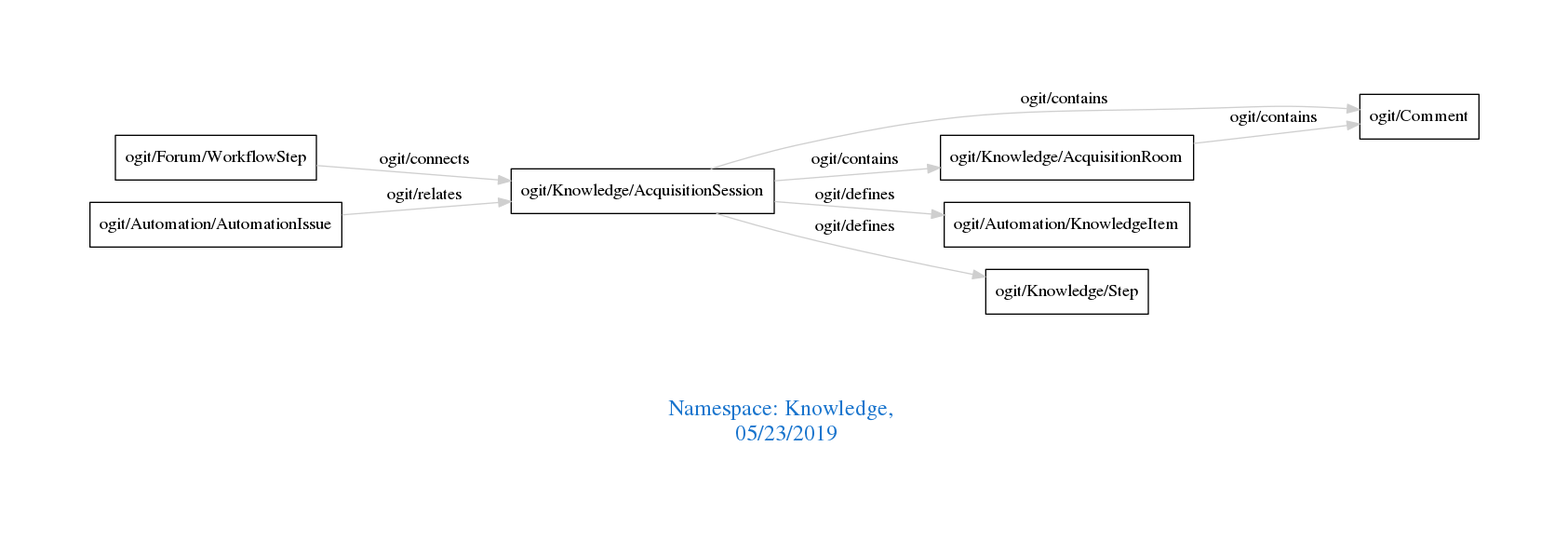
Before: downloads/Knowledge.png, a diagram exported from Graphviz (arago/OGIT). Its source is kept beside it as downloads/Knowledge.dot.
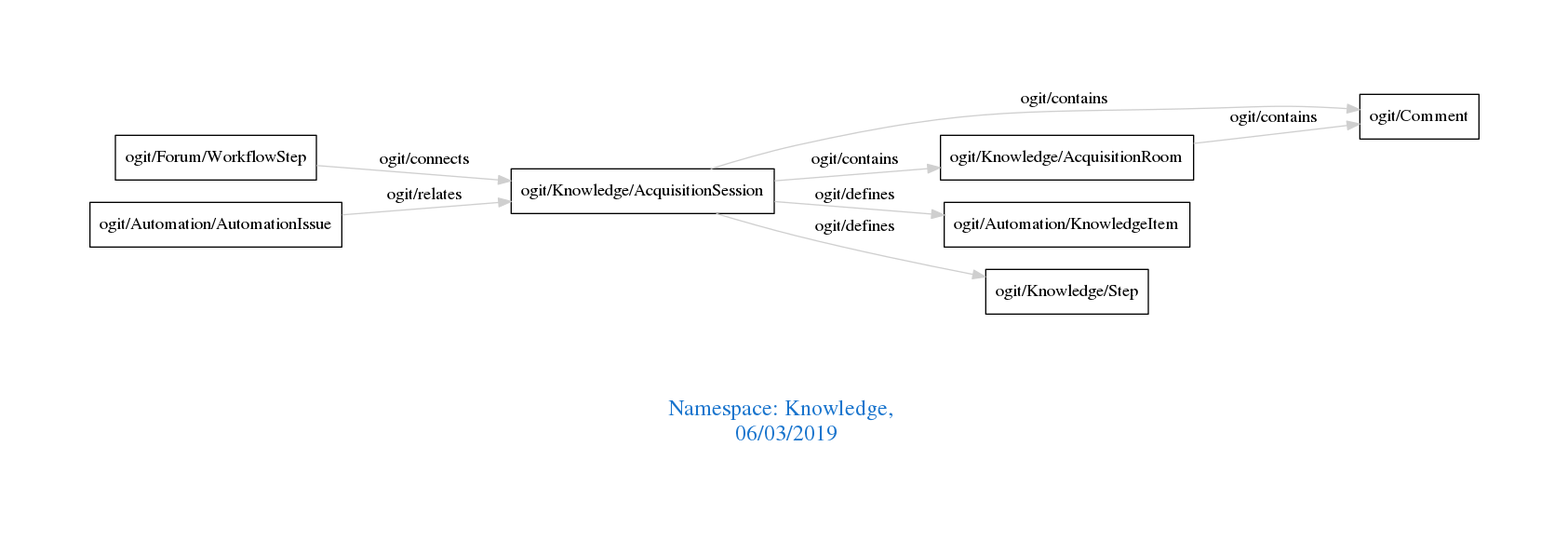
Later version of the same file.

Change to the diagram source:
```diff
@@ -1,7 +1,7 @@
 digraph OGIT_ontology {
  graph [ rankdir= LR,pad=1
 fontsize = 18,
-fontcolor= dodgerblue3,label = "\n\n\nNamespace: Knowledge, \n 05/23/2019"];
+fontcolor= dodgerblue3,label = "\n\n\nNamespace: Knowledge, \n 06/03/2019"];
 node[shape=polygon];
 edge [  color="gray81"];
 
```
